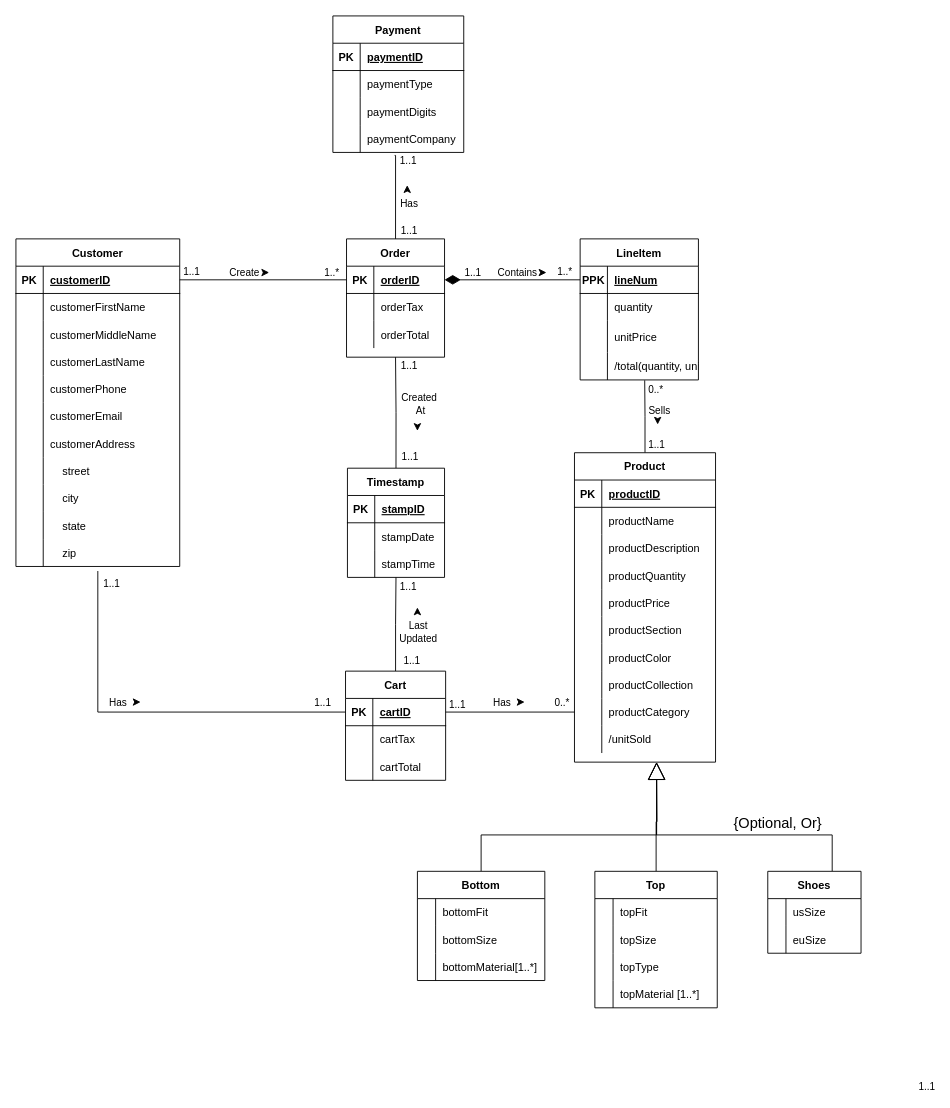
avivfaraj/INFO605-Project keeps this draw.io diagram as ERD/test.drawio. Above is the earlier version. Source tidied: cells renumbered, new cells numbered last; positions are measured from the earlier drawing's top-left corner, leaving out a move shared by most shapes. Both pictures are drawn from the tidied source at 91%, with x=0, y=0 at pixel (15, 15).
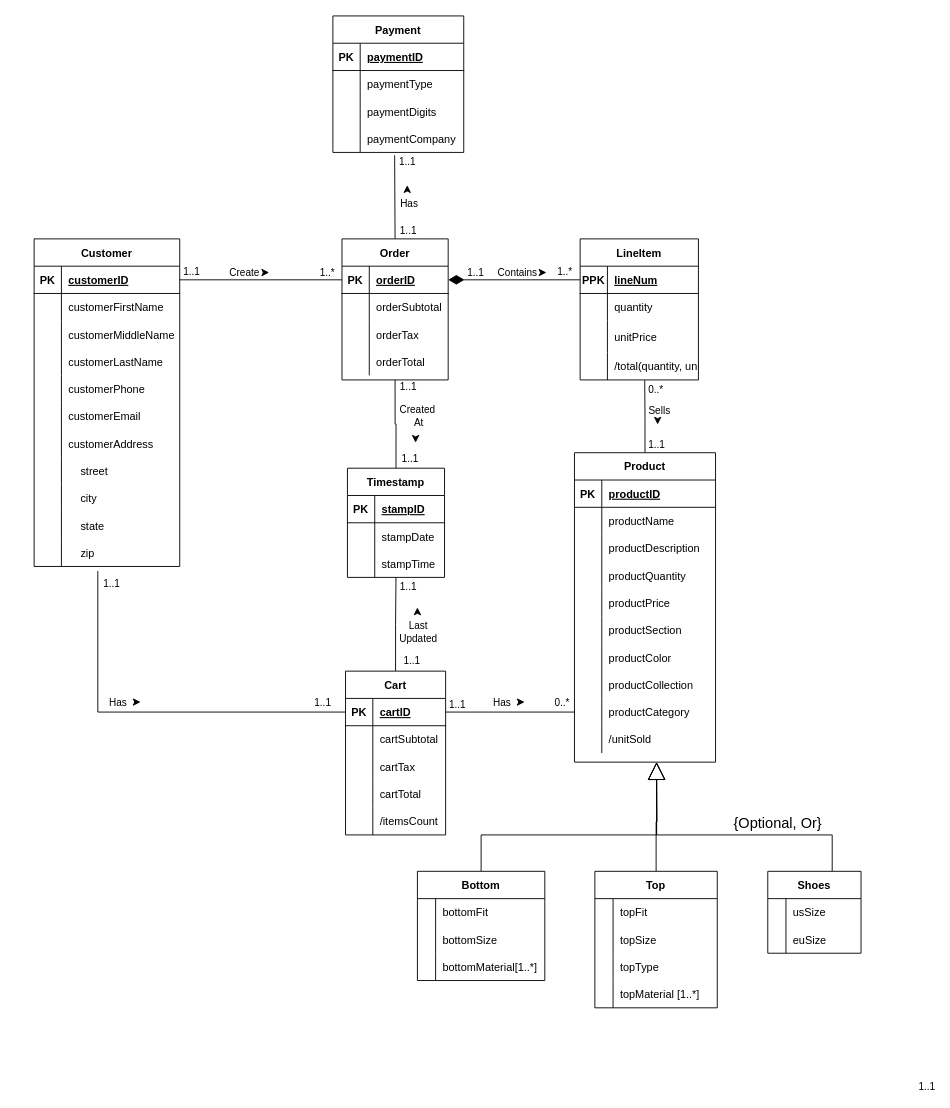
The same diagram, later.

Commit message:
Added attributes to Cart

What changed in the source:
```diff
@@
     <mxCell id="69" value="Customer" style="shape=table;startSize=30;childLayout=tableLayout;rowLines=0;fontStyle=1;align=center;" parent="1" vertex="1">
-      <mxGeometry y="245" width="180" height="360" as="geometry" />
+      <mxGeometry x="20" y="245" width="160" height="360" as="geometry" />
     </mxCell>
     <mxCell id="70" style="shape=tableRow;horizontal=0;startSize=0;swimlaneHead=0;swimlaneBody=0;fillColor=none;points=[[0,0.5],[1,0.5]];portConstraint=eastwest;top=0;left=0;right=0;bottom=1;" parent="69" vertex="1">
-      <mxGeometry y="30" width="180" height="30" as="geometry" />
+      <mxGeometry y="30" width="160" height="30" as="geometry" />
     </mxCell>
@@
     <mxCell id="72" value="customerID" style="shape=partialRectangle;fillColor=none;top=0;left=0;bottom=0;right=0;align=left;spacingLeft=6;fontStyle=5;overflow=hidden;" parent="70" vertex="1">
-      <mxGeometry x="30" width="150" height="30" as="geometry" />
+      <mxGeometry x="30" width="130" height="30" as="geometry" />
     </mxCell>
     <mxCell id="73" style="shape=tableRow;horizontal=0;startSize=0;swimlaneHead=0;swimlaneBody=0;fillColor=none;top=0;left=0;right=0;bottom=0;" parent="69" vertex="1">
-      <mxGeometry y="60" width="180" height="30" as="geometry" />
+      <mxGeometry y="60" width="160" height="30" as="geometry" />
     </mxCell>
@@
     <mxCell id="75" value="customerFirstName" style="shape=partialRectangle;fillColor=none;top=0;left=0;bottom=0;right=0;align=left;spacingLeft=6;overflow=hidden;" parent="73" vertex="1">
-      <mxGeometry x="30" width="150" height="30" as="geometry" />
+      <mxGeometry x="30" width="130" height="30" as="geometry" />
     </mxCell>
     <mxCell id="76" style="shape=tableRow;horizontal=0;startSize=0;swimlaneHead=0;swimlaneBody=0;fillColor=none;top=0;left=0;right=0;bottom=0;" parent="69" vertex="1">
-      <mxGeometry y="90" width="180" height="30" as="geometry" />
+      <mxGeometry y="90" width="160" height="30" as="geometry" />
     </mxCell>
@@
     <mxCell id="78" value="customerMiddleName" style="shape=partialRectangle;fillColor=none;top=0;left=0;bottom=0;right=0;align=left;spacingLeft=6;overflow=hidden;" parent="76" vertex="1">
-      <mxGeometry x="30" width="150" height="30" as="geometry" />
+      <mxGeometry x="30" width="130" height="30" as="geometry" />
     </mxCell>
     <mxCell id="79" style="shape=tableRow;horizontal=0;startSize=0;swimlaneHead=0;swimlaneBody=0;fillColor=none;top=0;left=0;right=0;bottom=0;" parent="69" vertex="1">
-      <mxGeometry y="120" width="180" height="30" as="geometry" />
+      <mxGeometry y="120" width="160" height="30" as="geometry" />
     </mxCell>
@@
     <mxCell id="81" value="customerLastName" style="shape=partialRectangle;fillColor=none;top=0;left=0;bottom=0;right=0;align=left;spacingLeft=6;overflow=hidden;" parent="79" vertex="1">
-      <mxGeometry x="30" width="150" height="30" as="geometry" />
+      <mxGeometry x="30" width="130" height="30" as="geometry" />
     </mxCell>
     <mxCell id="82" style="shape=tableRow;horizontal=0;startSize=0;swimlaneHead=0;swimlaneBody=0;fillColor=none;top=0;left=0;right=0;bottom=0;" parent="69" vertex="1">
-      <mxGeometry y="150" width="180" height="30" as="geometry" />
+      <mxGeometry y="150" width="160" height="30" as="geometry" />
     </mxCell>
@@
     <mxCell id="84" value="customerPhone" style="shape=partialRectangle;fillColor=none;top=0;left=0;bottom=0;right=0;align=left;spacingLeft=6;overflow=hidden;" parent="82" vertex="1">
-      <mxGeometry x="30" width="150" height="30" as="geometry" />
+      <mxGeometry x="30" width="130" height="30" as="geometry" />
     </mxCell>
     <mxCell id="85" style="shape=tableRow;horizontal=0;startSize=0;swimlaneHead=0;swimlaneBody=0;fillColor=none;top=0;left=0;right=0;bottom=0;" parent="69" vertex="1">
-      <mxGeometry y="180" width="180" height="30" as="geometry" />
+      <mxGeometry y="180" width="160" height="30" as="geometry" />
     </mxCell>
@@
     <mxCell id="87" value="customerEmail" style="shape=partialRectangle;fillColor=none;top=0;left=0;bottom=0;right=0;align=left;spacingLeft=6;overflow=hidden;" parent="85" vertex="1">
-      <mxGeometry x="30" width="150" height="30" as="geometry" />
+      <mxGeometry x="30" width="130" height="30" as="geometry" />
     </mxCell>
     <mxCell id="88" style="shape=tableRow;horizontal=0;startSize=0;swimlaneHead=0;swimlaneBody=0;fillColor=none;top=0;left=0;right=0;bottom=0;" parent="69" vertex="1">
-      <mxGeometry y="210" width="180" height="30" as="geometry" />
+      <mxGeometry y="210" width="160" height="30" as="geometry" />
     </mxCell>
@@
     <mxCell id="90" value="customerAddress" style="shape=partialRectangle;fillColor=none;top=0;left=0;bottom=0;right=0;align=left;spacingLeft=6;overflow=hidden;" parent="88" vertex="1">
-      <mxGeometry x="30" width="150" height="30" as="geometry" />
+      <mxGeometry x="30" width="130" height="30" as="geometry" />
     </mxCell>
     <mxCell id="91" style="shape=tableRow;horizontal=0;startSize=0;swimlaneHead=0;swimlaneBody=0;fillColor=none;top=0;left=0;right=0;bottom=0;" parent="69" vertex="1">
-      <mxGeometry y="240" width="180" height="30" as="geometry" />
+      <mxGeometry y="240" width="160" height="30" as="geometry" />
     </mxCell>
@@
     <mxCell id="93" value="    street" style="shape=partialRectangle;fillColor=none;top=0;left=0;bottom=0;right=0;align=left;spacingLeft=6;overflow=hidden;" parent="91" vertex="1">
-      <mxGeometry x="30" width="150" height="30" as="geometry" />
+      <mxGeometry x="30" width="130" height="30" as="geometry" />
     </mxCell>
     <mxCell id="94" style="shape=tableRow;horizontal=0;startSize=0;swimlaneHead=0;swimlaneBody=0;fillColor=none;top=0;left=0;right=0;bottom=0;" parent="69" vertex="1">
-      <mxGeometry y="270" width="180" height="30" as="geometry" />
+      <mxGeometry y="270" width="160" height="30" as="geometry" />
     </mxCell>
@@
     <mxCell id="96" value="    city" style="shape=partialRectangle;fillColor=none;top=0;left=0;bottom=0;right=0;align=left;spacingLeft=6;overflow=hidden;" parent="94" vertex="1">
-      <mxGeometry x="30" width="150" height="30" as="geometry" />
+      <mxGeometry x="30" width="130" height="30" as="geometry" />
     </mxCell>
     <mxCell id="97" style="shape=tableRow;horizontal=0;startSize=0;swimlaneHead=0;swimlaneBody=0;fillColor=none;top=0;left=0;right=0;bottom=0;" parent="69" vertex="1">
-      <mxGeometry y="300" width="180" height="30" as="geometry" />
+      <mxGeometry y="300" width="160" height="30" as="geometry" />
     </mxCell>
@@
     <mxCell id="99" value="    state" style="shape=partialRectangle;fillColor=none;top=0;left=0;bottom=0;right=0;align=left;spacingLeft=6;overflow=hidden;" parent="97" vertex="1">
-      <mxGeometry x="30" width="150" height="30" as="geometry" />
+      <mxGeometry x="30" width="130" height="30" as="geometry" />
     </mxCell>
     <mxCell id="100" style="shape=tableRow;horizontal=0;startSize=0;swimlaneHead=0;swimlaneBody=0;fillColor=none;top=0;left=0;right=0;bottom=0;" parent="69" vertex="1">
-      <mxGeometry y="330" width="180" height="30" as="geometry" />
+      <mxGeometry y="330" width="160" height="30" as="geometry" />
     </mxCell>
@@
     <mxCell id="102" value="    zip" style="shape=partialRectangle;fillColor=none;top=0;left=0;bottom=0;right=0;align=left;spacingLeft=6;overflow=hidden;" parent="100" vertex="1">
-      <mxGeometry x="30" width="150" height="30" as="geometry" />
+      <mxGeometry x="30" width="130" height="30" as="geometry" />
     </mxCell>
     <mxCell id="103" value="Order" style="shape=table;startSize=30;childLayout=tableLayout;rowLines=0;fontStyle=1;align=center;" parent="1" vertex="1">
-      <mxGeometry x="363.3" y="245" width="107.7" height="130" as="geometry" />
+      <mxGeometry x="358.3" y="245" width="116.7" height="155" as="geometry" />
     </mxCell>
     <mxCell id="104" style="shape=tableRow;horizontal=0;startSize=0;swimlaneHead=0;swimlaneBody=0;fillColor=none;points=[[0,0.5],[1,0.5]];portConstraint=eastwest;top=0;left=0;right=0;bottom=1;" parent="103" vertex="1">
-      <mxGeometry y="30" width="107.7" height="30" as="geometry" />
+      <mxGeometry y="30" width="116.7" height="30" as="geometry" />
     </mxCell>
@@
     <mxCell id="106" value="orderID" style="shape=partialRectangle;fillColor=none;top=0;left=0;bottom=0;right=0;align=left;spacingLeft=6;fontStyle=5;overflow=hidden;" parent="104" vertex="1">
-      <mxGeometry x="30" width="77.7" height="30" as="geometry" />
+      <mxGeometry x="30" width="86.7" height="30" as="geometry" />
     </mxCell>
+    <mxCell id="198" style="shape=tableRow;horizontal=0;startSize=0;swimlaneHead=0;swimlaneBody=0;fillColor=none;top=0;left=0;right=0;bottom=0;" parent="103" vertex="1">
+      <mxGeometry y="60" width="116.7" height="30" as="geometry" />
+    </mxCell>
+    <mxCell id="199" style="shape=partialRectangle;fillColor=none;top=0;left=0;bottom=0;right=0;overflow=hidden;" parent="198" vertex="1">
+      <mxGeometry width="30" height="30" as="geometry" />
+    </mxCell>
+    <mxCell id="200" value="orderSubtotal" style="shape=partialRectangle;fillColor=none;top=0;left=0;bottom=0;right=0;align=left;spacingLeft=6;overflow=hidden;" parent="198" vertex="1">
+      <mxGeometry x="30" width="86.7" height="30" as="geometry" />
+    </mxCell>
     <mxCell id="107" style="shape=tableRow;horizontal=0;startSize=0;swimlaneHead=0;swimlaneBody=0;fillColor=none;top=0;left=0;right=0;bottom=0;" parent="103" vertex="1">
-      <mxGeometry y="60" width="107.7" height="30" as="geometry" />
+      <mxGeometry y="90" width="116.7" height="30" as="geometry" />
     </mxCell>
@@
     <mxCell id="109" value="orderTax" style="shape=partialRectangle;fillColor=none;top=0;left=0;bottom=0;right=0;align=left;spacingLeft=6;overflow=hidden;" parent="107" vertex="1">
-      <mxGeometry x="30" width="77.7" height="30" as="geometry" />
+      <mxGeometry x="30" width="86.7" height="30" as="geometry" />
     </mxCell>
     <mxCell id="110" style="shape=tableRow;horizontal=0;startSize=0;swimlaneHead=0;swimlaneBody=0;fillColor=none;top=0;left=0;right=0;bottom=0;" parent="103" vertex="1">
-      <mxGeometry y="90" width="107.7" height="30" as="geometry" />
+      <mxGeometry y="120" width="116.7" height="30" as="geometry" />
     </mxCell>
@@
     <mxCell id="112" value="orderTotal" style="shape=partialRectangle;fillColor=none;top=0;left=0;bottom=0;right=0;align=left;spacingLeft=6;overflow=hidden;" parent="110" vertex="1">
-      <mxGeometry x="30" width="77.7" height="30" as="geometry" />
+      <mxGeometry x="30" width="86.7" height="30" as="geometry" />
     </mxCell>
@@
     <mxCell id="132" value="Cart" style="shape=table;startSize=30;childLayout=tableLayout;rowLines=0;fontStyle=1;align=center;" parent="1" vertex="1">
-      <mxGeometry x="362.2" y="720" width="110" height="120" as="geometry" />
+      <mxGeometry x="362.2" y="720" width="110" height="180" as="geometry" />
     </mxCell>
@@
+    <mxCell id="201" style="shape=tableRow;horizontal=0;startSize=0;swimlaneHead=0;swimlaneBody=0;fillColor=none;top=0;left=0;right=0;bottom=0;" parent="132" vertex="1">
+      <mxGeometry y="60" width="110" height="30" as="geometry" />
+    </mxCell>
+    <mxCell id="202" style="shape=partialRectangle;fillColor=none;top=0;left=0;bottom=0;right=0;overflow=hidden;" parent="201" vertex="1">
+      <mxGeometry width="30" height="30" as="geometry" />
+    </mxCell>
+    <mxCell id="203" value="cartSubtotal" style="shape=partialRectangle;fillColor=none;top=0;left=0;bottom=0;right=0;align=left;spacingLeft=6;overflow=hidden;" parent="201" vertex="1">
+      <mxGeometry x="30" width="80" height="30" as="geometry" />
+    </mxCell>
     <mxCell id="136" style="shape=tableRow;horizontal=0;startSize=0;swimlaneHead=0;swimlaneBody=0;fillColor=none;top=0;left=0;right=0;bottom=0;" parent="132" vertex="1">
-      <mxGeometry y="60" width="110" height="30" as="geometry" />
+      <mxGeometry y="90" width="110" height="30" as="geometry" />
     </mxCell>
@@
     <mxCell id="139" style="shape=tableRow;horizontal=0;startSize=0;swimlaneHead=0;swimlaneBody=0;fillColor=none;top=0;left=0;right=0;bottom=0;" parent="132" vertex="1">
-      <mxGeometry y="90" width="110" height="30" as="geometry" />
+      <mxGeometry y="120" width="110" height="30" as="geometry" />
     </mxCell>
@@
+    <mxCell id="204" style="shape=tableRow;horizontal=0;startSize=0;swimlaneHead=0;swimlaneBody=0;fillColor=none;top=0;left=0;right=0;bottom=0;" parent="132" vertex="1">
+      <mxGeometry y="150" width="110" height="30" as="geometry" />
+    </mxCell>
+    <mxCell id="205" style="shape=partialRectangle;fillColor=none;top=0;left=0;bottom=0;right=0;overflow=hidden;" parent="204" vertex="1">
+      <mxGeometry width="30" height="30" as="geometry" />
+    </mxCell>
+    <mxCell id="206" value="/itemsCount" style="shape=partialRectangle;fillColor=none;top=0;left=0;bottom=0;right=0;align=left;spacingLeft=6;overflow=hidden;" parent="204" vertex="1">
+      <mxGeometry x="30" width="80" height="30" as="geometry" />
+    </mxCell>
@@
     <mxCell id="190" style="endArrow=classic;html=1;rounded=0;" parent="1" edge="1">
       <mxGeometry relative="1" as="geometry">
-        <mxPoint x="441.2" y="450" as="sourcePoint" />
-        <mxPoint x="441.2" y="456" as="targetPoint" />
+        <mxPoint x="439.2" y="463" as="sourcePoint" />
+        <mxPoint x="439.2" y="469" as="targetPoint" />
       </mxGeometry>
     </mxCell>
```
